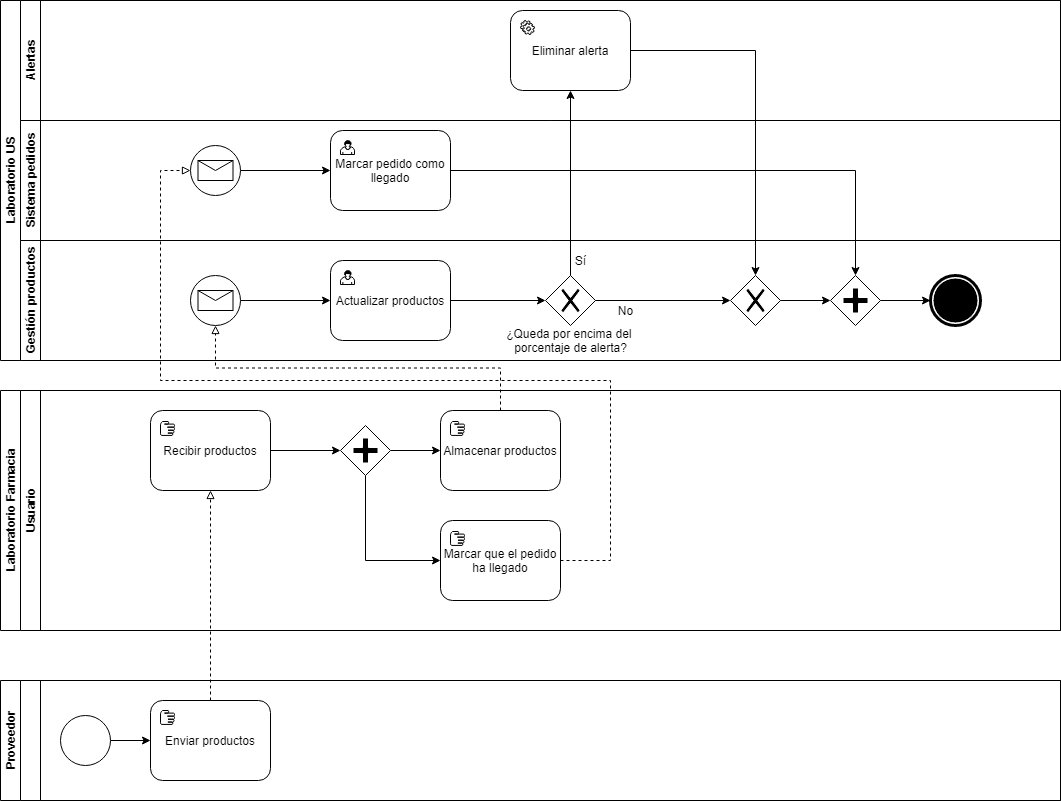
Earlier version of the draw.io export Imágenes BPMN/RecibirPedidoBPMN-Implementar.png (Franbr31/IR-project). Source tidied: cells renumbered, new cells last; positions are measured from the earlier drawing's top-left corner, leaving out a move shared by most shapes.
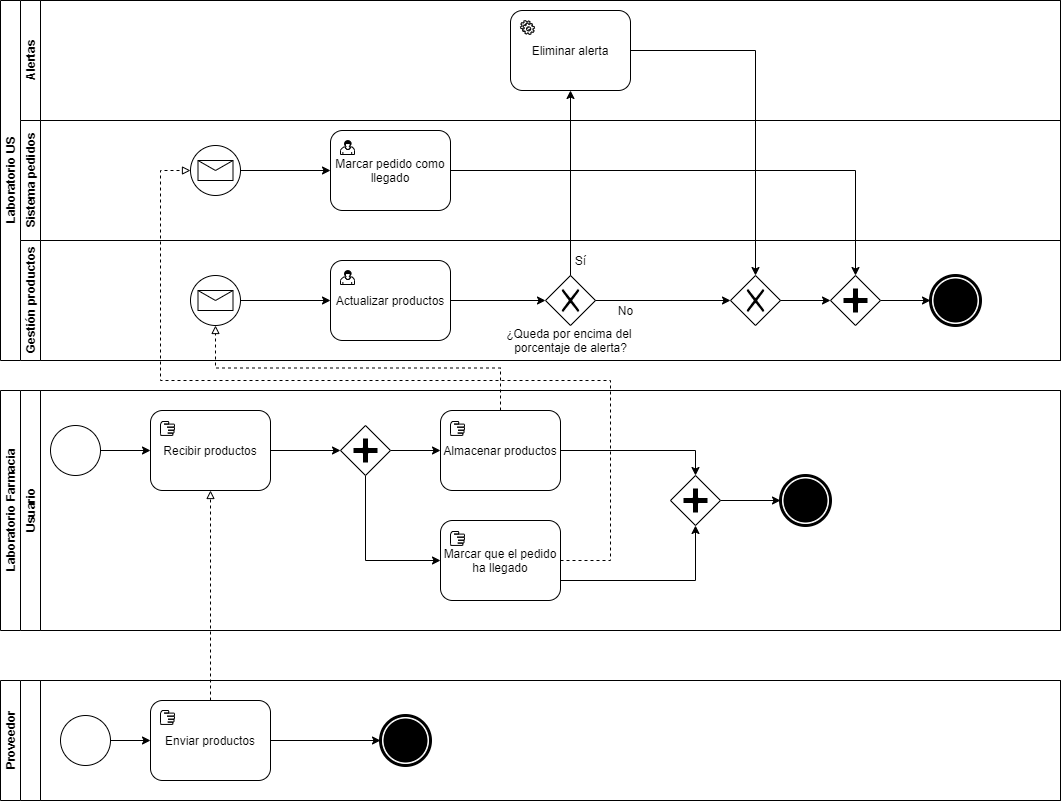
Above is the later version.

Change to the diagram source:
```diff
@@ -101,6 +101,9 @@
     <mxCell id="34" style="shape=mxgraph.bpmn.manual_task;html=1;" parent="31" vertex="1">
       <mxGeometry x="140" y="31" width="14" height="14" as="geometry" />
     </mxCell>
+    <mxCell id="51" style="edgeStyle=orthogonalEdgeStyle;rounded=0;jettySize=auto;html=1;exitX=1;exitY=0.5;exitDx=0;exitDy=0;entryX=0.5;entryY=0;entryDx=0;entryDy=0;" parent="31" edge="1" source="35" target="57">
+      <mxGeometry relative="1" as="geometry" />
+    </mxCell>
     <mxCell id="35" value="Almacenar productos" style="shape=ext;rounded=1;html=1;whiteSpace=wrap;" parent="31" vertex="1">
       <mxGeometry x="420" y="20" width="120" height="80" as="geometry" />
     </mxCell>
@@ -116,12 +119,30 @@
     <mxCell id="39" style="shape=mxgraph.bpmn.manual_task;html=1;" parent="31" vertex="1">
       <mxGeometry x="430" y="31" width="14" height="14" as="geometry" />
     </mxCell>
+    <mxCell id="52" style="edgeStyle=orthogonalEdgeStyle;rounded=0;jettySize=auto;html=1;exitX=1;exitY=0.75;exitDx=0;exitDy=0;entryX=0.5;entryY=1;entryDx=0;entryDy=0;" parent="31" edge="1" source="40" target="57">
+      <mxGeometry relative="1" as="geometry" />
+    </mxCell>
     <mxCell id="40" value="Marcar que el pedido ha llegado" style="shape=ext;rounded=1;html=1;whiteSpace=wrap;" parent="31" vertex="1">
       <mxGeometry x="420" y="130" width="120" height="80" as="geometry" />
     </mxCell>
     <mxCell id="41" style="shape=mxgraph.bpmn.manual_task;html=1;" parent="31" vertex="1">
       <mxGeometry x="430" y="141" width="14" height="14" as="geometry" />
     </mxCell>
+    <mxCell id="53" style="edgeStyle=orthogonalEdgeStyle;rounded=0;jettySize=auto;html=1;exitX=1;exitY=0.5;exitDx=0;exitDy=0;entryX=0;entryY=0.5;entryDx=0;entryDy=0;" parent="31" edge="1" source="54" target="33">
+      <mxGeometry relative="1" as="geometry" />
+    </mxCell>
+    <mxCell id="54" style="shape=mxgraph.bpmn.shape;html=1;verticalLabelPosition=bottom;labelBackgroundColor=#ffffff;verticalAlign=top;align=center;perimeter=ellipsePerimeter;outlineConnect=0;outline=standard;symbol=general;" parent="31" vertex="1">
+      <mxGeometry x="30" y="35" width="50" height="50" as="geometry" />
+    </mxCell>
+    <mxCell id="55" style="shape=mxgraph.bpmn.shape;html=1;verticalLabelPosition=bottom;labelBackgroundColor=#ffffff;verticalAlign=top;align=center;perimeter=ellipsePerimeter;outlineConnect=0;outline=end;symbol=terminate;" parent="31" vertex="1">
+      <mxGeometry x="760" y="85" width="50" height="50" as="geometry" />
+    </mxCell>
+    <mxCell id="56" style="edgeStyle=orthogonalEdgeStyle;rounded=0;jettySize=auto;html=1;exitX=1;exitY=0.5;exitDx=0;exitDy=0;entryX=0;entryY=0.5;entryDx=0;entryDy=0;" parent="31" edge="1" source="57" target="55">
+      <mxGeometry relative="1" as="geometry" />
+    </mxCell>
+    <mxCell id="57" style="shape=mxgraph.bpmn.shape;html=1;verticalLabelPosition=bottom;labelBackgroundColor=#ffffff;verticalAlign=top;align=center;perimeter=rhombusPerimeter;background=gateway;outlineConnect=0;outline=none;symbol=parallelGw;" parent="31" vertex="1">
+      <mxGeometry x="650" y="85" width="50" height="50" as="geometry" />
+    </mxCell>
     <mxCell id="42" value="Proveedor" style="swimlane;html=1;horizontal=0;startSize=20;" parent="1" vertex="1">
       <mxGeometry y="680" width="1060" height="120" as="geometry" />
     </mxCell>
@@ -134,12 +155,18 @@
     <mxCell id="45" style="shape=mxgraph.bpmn.shape;html=1;verticalLabelPosition=bottom;labelBackgroundColor=#ffffff;verticalAlign=top;align=center;perimeter=ellipsePerimeter;outlineConnect=0;outline=standard;symbol=general;" parent="43" vertex="1">
       <mxGeometry x="40" y="35" width="50" height="50" as="geometry" />
     </mxCell>
+    <mxCell id="58" style="edgeStyle=orthogonalEdgeStyle;rounded=0;jettySize=auto;html=1;exitX=1;exitY=0.5;exitDx=0;exitDy=0;entryX=0;entryY=0.5;entryDx=0;entryDy=0;" parent="43" edge="1" source="46" target="59">
+      <mxGeometry relative="1" as="geometry" />
+    </mxCell>
     <mxCell id="46" value="Enviar productos" style="shape=ext;rounded=1;html=1;whiteSpace=wrap;" parent="43" vertex="1">
       <mxGeometry x="130" y="20" width="120" height="80" as="geometry" />
     </mxCell>
     <mxCell id="47" style="shape=mxgraph.bpmn.manual_task;html=1;" parent="43" vertex="1">
       <mxGeometry x="140" y="30" width="14" height="14" as="geometry" />
     </mxCell>
+    <mxCell id="59" style="shape=mxgraph.bpmn.shape;html=1;verticalLabelPosition=bottom;labelBackgroundColor=#ffffff;verticalAlign=top;align=center;perimeter=ellipsePerimeter;outlineConnect=0;outline=end;symbol=terminate;" parent="43" vertex="1">
+      <mxGeometry x="360" y="35" width="50" height="50" as="geometry" />
+    </mxCell>
     <mxCell id="48" style="edgeStyle=orthogonalEdgeStyle;rounded=0;jettySize=auto;html=1;exitX=0.5;exitY=0;exitDx=0;exitDy=0;entryX=0.5;entryY=1;entryDx=0;entryDy=0;dashed=1;endArrow=block;endFill=0;" parent="1" edge="1" source="46" target="33">
       <mxGeometry relative="1" as="geometry" />
     </mxCell>
```
